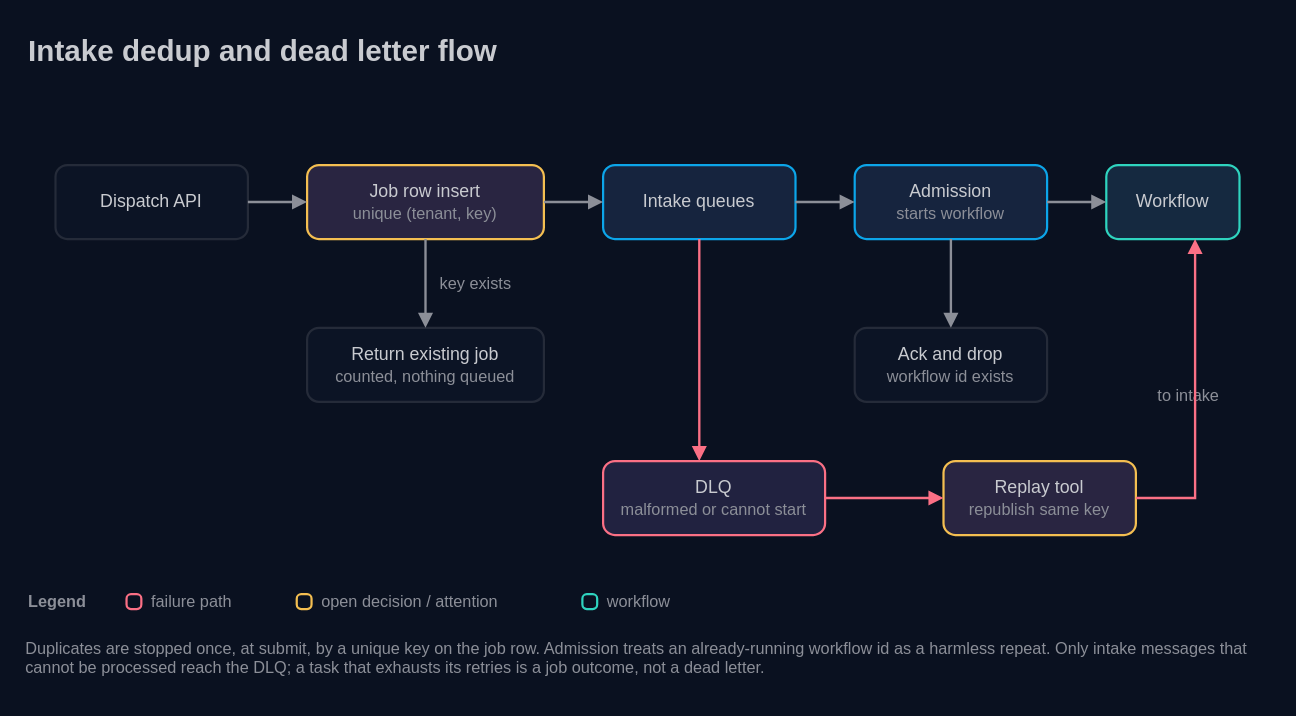
The draw.io diagram docs/architecture/04-intake-dedup-and-dead-letter.drawio in AndoNorth/wasm-dag-forge, before the edit. Source tidied: cells renumbered, new cells numbered last; positions are measured from the earlier drawing's top-left corner, leaving out a move shared by most shapes. Both pictures are drawn from the tidied source at 148%, with x=0, y=0 at pixel (25, 25).
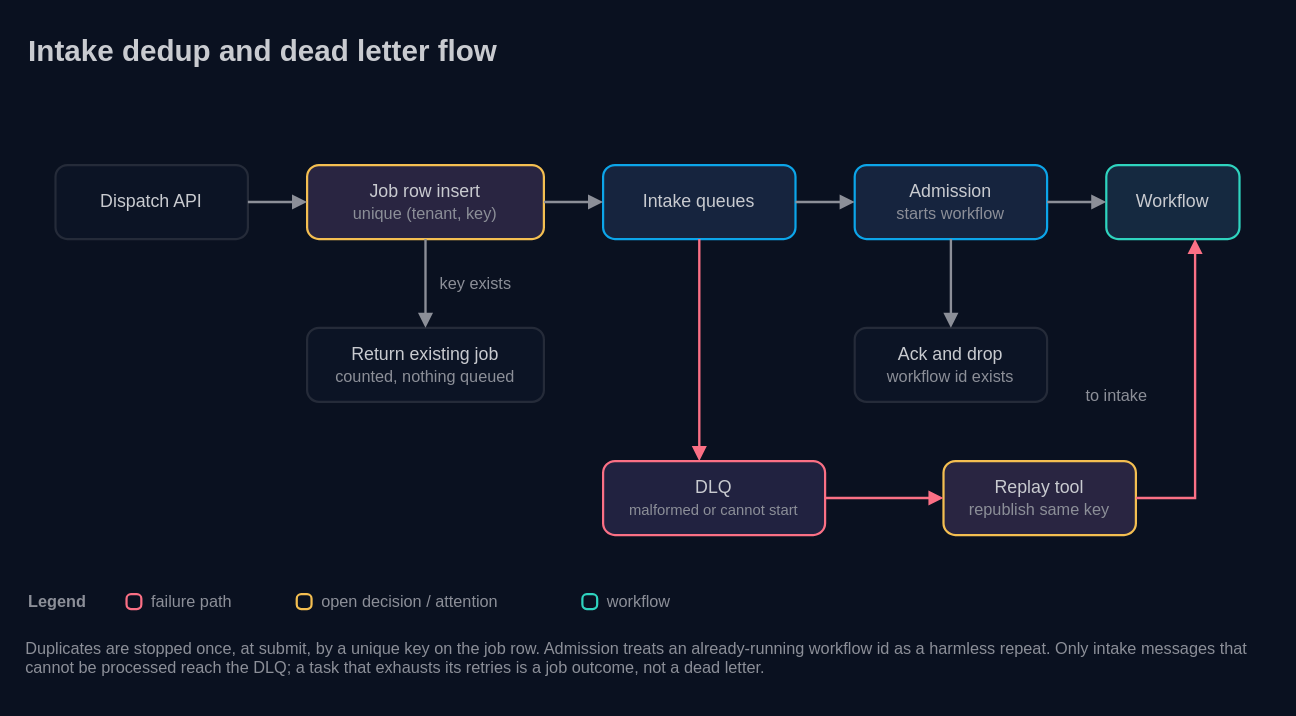
The same page after the edit.

Change to the diagram source:
```diff
@@
-    <mxCell id="10" value="DLQ&lt;br&gt;&lt;font color=&quot;#8c8f98&quot; style=&quot;font-size:11px&quot;&gt;malformed or cannot start&lt;/font&gt;" style="rounded=1;arcSize=16;html=1;whiteSpace=wrap;fillColor=#212240;strokeColor=#fb7085;strokeWidth=1.5;fontColor=#c9cbd0;fontSize=12;fontFamily=IBM Plex Sans;" parent="1" vertex="1">
+    <mxCell id="10" value="DLQ&lt;br&gt;&lt;font color=&quot;#8c8f98&quot; style=&quot;font-size:10px&quot;&gt;malformed or cannot start&lt;/font&gt;" style="rounded=1;arcSize=16;html=1;whiteSpace=wrap;fillColor=#212240;strokeColor=#fb7085;strokeWidth=1.5;fontColor=#c9cbd0;fontSize=12;fontFamily=IBM Plex Sans;" parent="1" vertex="1">
       <mxGeometry x="390" y="294" width="150" height="50" as="geometry" />
     </mxCell>
@@
-    <mxCell id="13" value="to intake" style="text;html=1;strokeColor=none;fillColor=none;align=left;verticalAlign=middle;whiteSpace=nowrap;fontColor=#8c8f98;fontSize=11;fontFamily=IBM Plex Sans;spacing=0;spacingLeft=0;" parent="1" vertex="1">
-      <mxGeometry x="765" y="241" width="58.4" height="18" as="geometry" />
+    <mxCell id="13" value="to intake" style="text;html=1;strokeColor=none;fillColor=none;align=right;verticalAlign=middle;whiteSpace=nowrap;fontColor=#8c8f98;fontSize=11;fontFamily=IBM Plex Sans;spacing=0;spacingLeft=0;" parent="1" vertex="1">
+      <mxGeometry x="698.6" y="241" width="58.4" height="18" as="geometry" />
     </mxCell>
```
